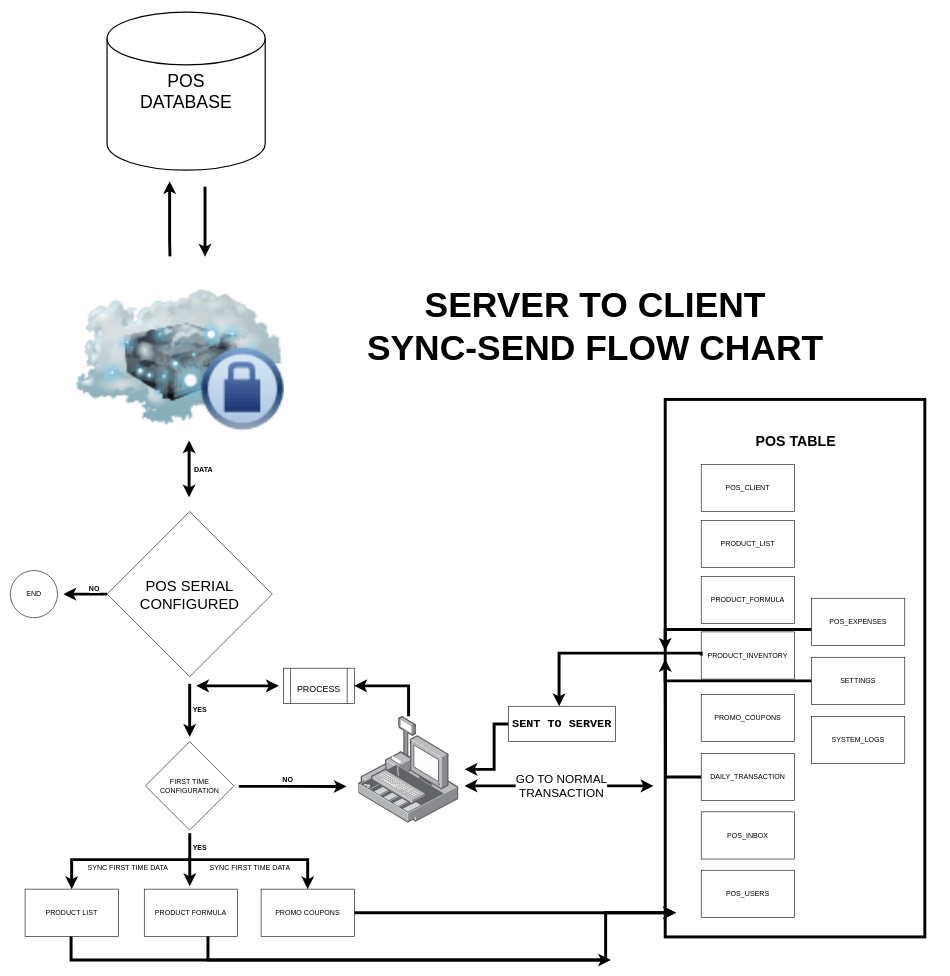
This is page "Page-1" (1 of 3) of Untitled Diagram.drawio from aiolosltd/public-demo, a draw.io file, before an edit. Source tidied: cells renumbered, new cells numbered last; positions are measured from the earlier drawing's top-left corner, leaving out a move shared by most shapes. Both pictures are drawn from the tidied source at 59%, with x=0, y=0 at pixel (10, 12).
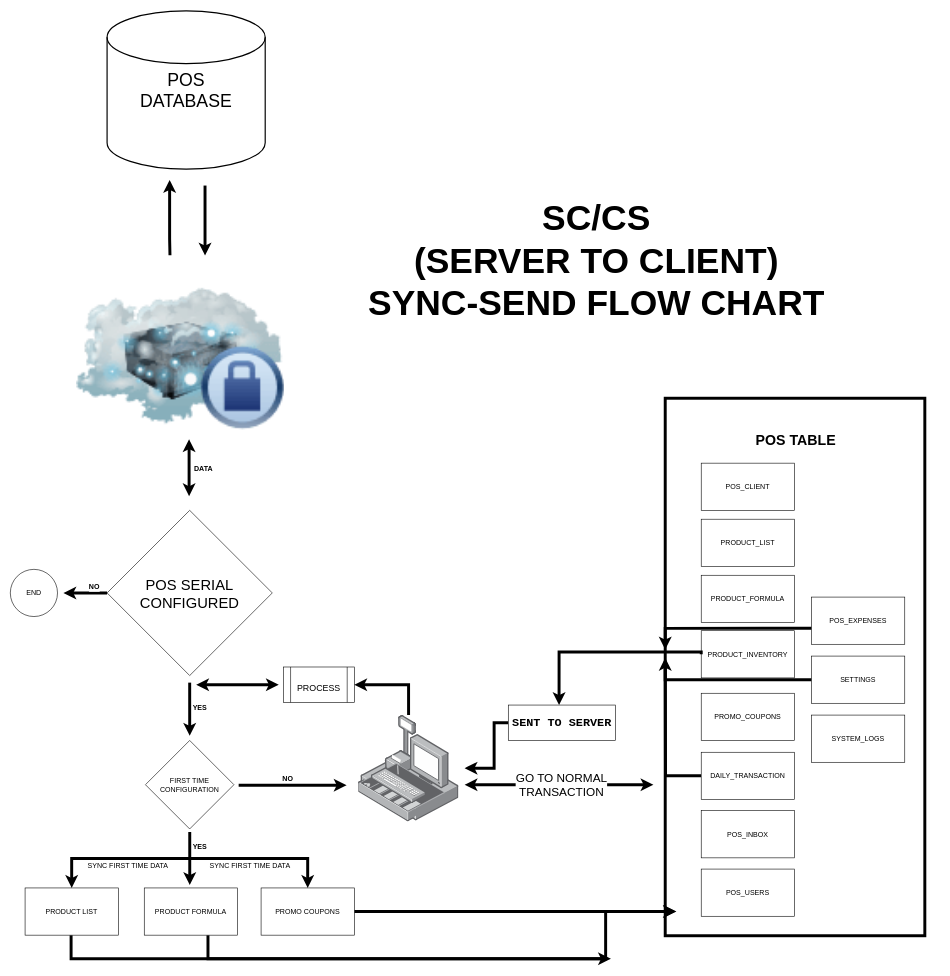
After the change.

Unchanged cells that the change refers to:
```xml
<mxCell id="3" style="group;html=1;" parent="2" vertex="1">
  <mxGeometry width="1575" height="1606.5" as="geometry" />
</mxCell>
<mxCell id="5" style="group;html=1;" parent="4" vertex="1">
  <mxGeometry width="1575" height="1606.5" as="geometry" />
</mxCell>
```

Diff of the diagram source:
```diff
@@
     <mxCell id="4" style="group;html=1;" parent="3" vertex="1">
-      <mxGeometry width="1575" height="1606.5" as="geometry" />
+      <mxGeometry y="-2" width="1575" height="1606.5" as="geometry" />
     </mxCell>
@@
-    <mxCell id="58" value="&lt;font style=&quot;font-size: 60px&quot;&gt;SERVER TO CLIENT&lt;/font&gt;&lt;div&gt;&lt;font style=&quot;font-size: 60px&quot;&gt;SYNC-SEND FLOW CHART&lt;br&gt;&lt;/font&gt;&lt;/div&gt;" style="text;strokeColor=none;fillColor=none;fontSize=24;fontStyle=1;verticalAlign=middle;align=center;html=1;" parent="5" vertex="1">
-      <mxGeometry x="581" y="422.5" width="820" height="220" as="geometry" />
+    <mxCell id="58" value="&lt;div&gt;&lt;font style=&quot;font-size: 60px&quot;&gt;SC/CS&lt;/font&gt;&lt;/div&gt;&lt;div&gt;&lt;font style=&quot;font-size: 60px&quot;&gt;(SERVER TO CLIENT)&lt;/font&gt;&lt;/div&gt;&lt;div&gt;&lt;font style=&quot;font-size: 60px&quot;&gt;SYNC-SEND FLOW CHART&lt;br&gt;&lt;/font&gt;&lt;/div&gt;" style="text;strokeColor=none;fillColor=none;fontSize=24;fontStyle=1;verticalAlign=middle;align=center;html=1;" parent="5" vertex="1">
+      <mxGeometry x="583" y="312.5" width="820" height="220" as="geometry" />
     </mxCell>
```
